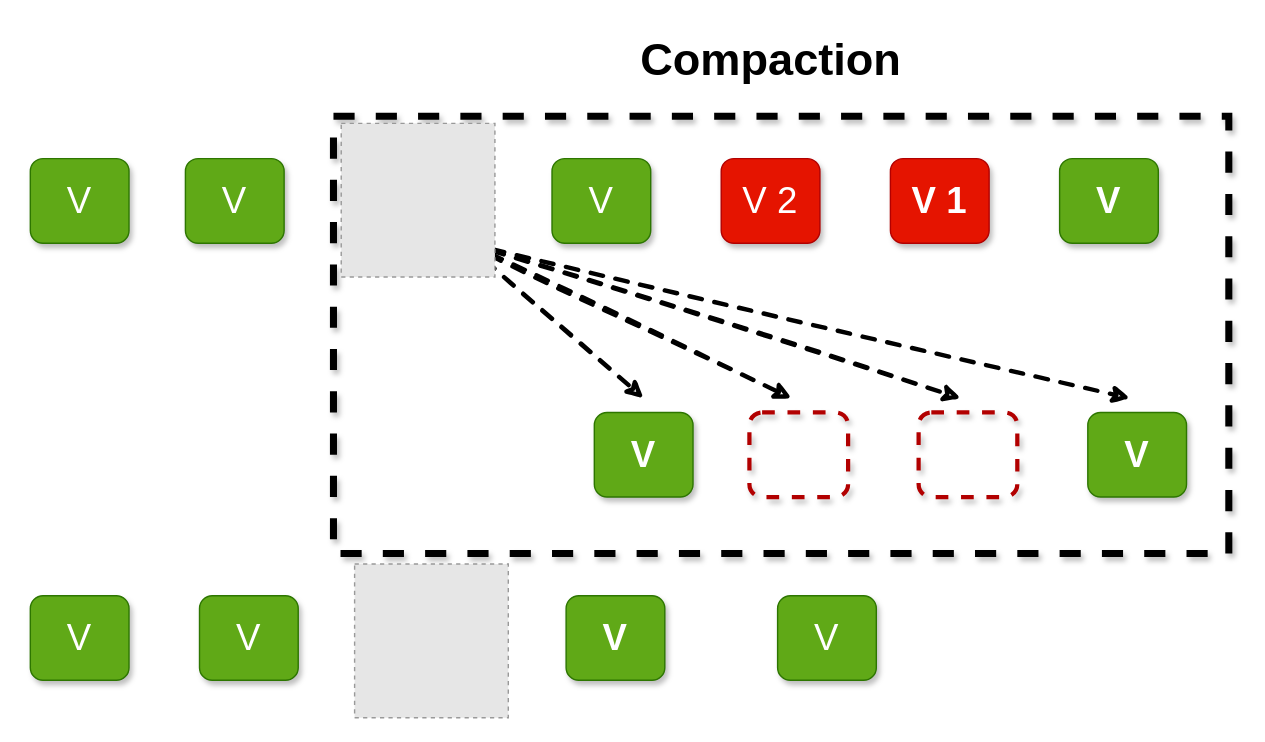
Before: lsm-tree-merge.drawio in auula/draw.io, a draw.io diagram. Source tidied: cells renumbered, new cells numbered last; positions are measured from the earlier drawing's top-left corner, leaving out a move shared by most shapes. Both pictures are drawn from the tidied source at 141%, with x=0, y=0 at pixel (30, 24). Pictures stored in the file or linked from it are replaced by grey dashed boxes.
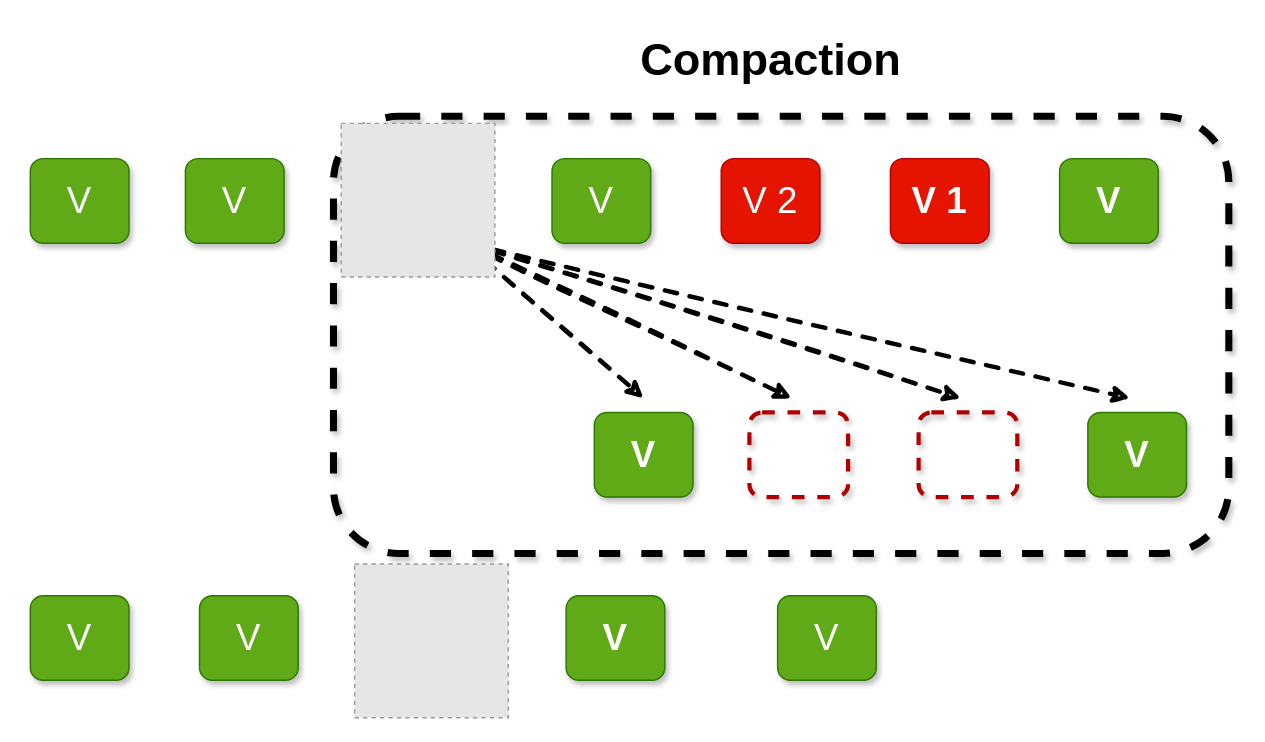
The same diagram, later.

Diff of the diagram source:
```diff
@@
-    <mxCell id="2" style="rounded=0;whiteSpace=wrap;html=1;shadow=1;dashed=1;sketch=0;strokeWidth=5;fontSize=26;fillColor=none;strokeColor=#000000;" parent="1" vertex="1">
+    <mxCell id="2" style="rounded=1;whiteSpace=wrap;html=1;shadow=1;dashed=1;sketch=0;strokeWidth=5;fontSize=26;fillColor=none;strokeColor=#000000;" parent="1" vertex="1">
       <mxGeometry x="215" y="65" width="635" height="310" as="geometry" />
     </mxCell>
```
